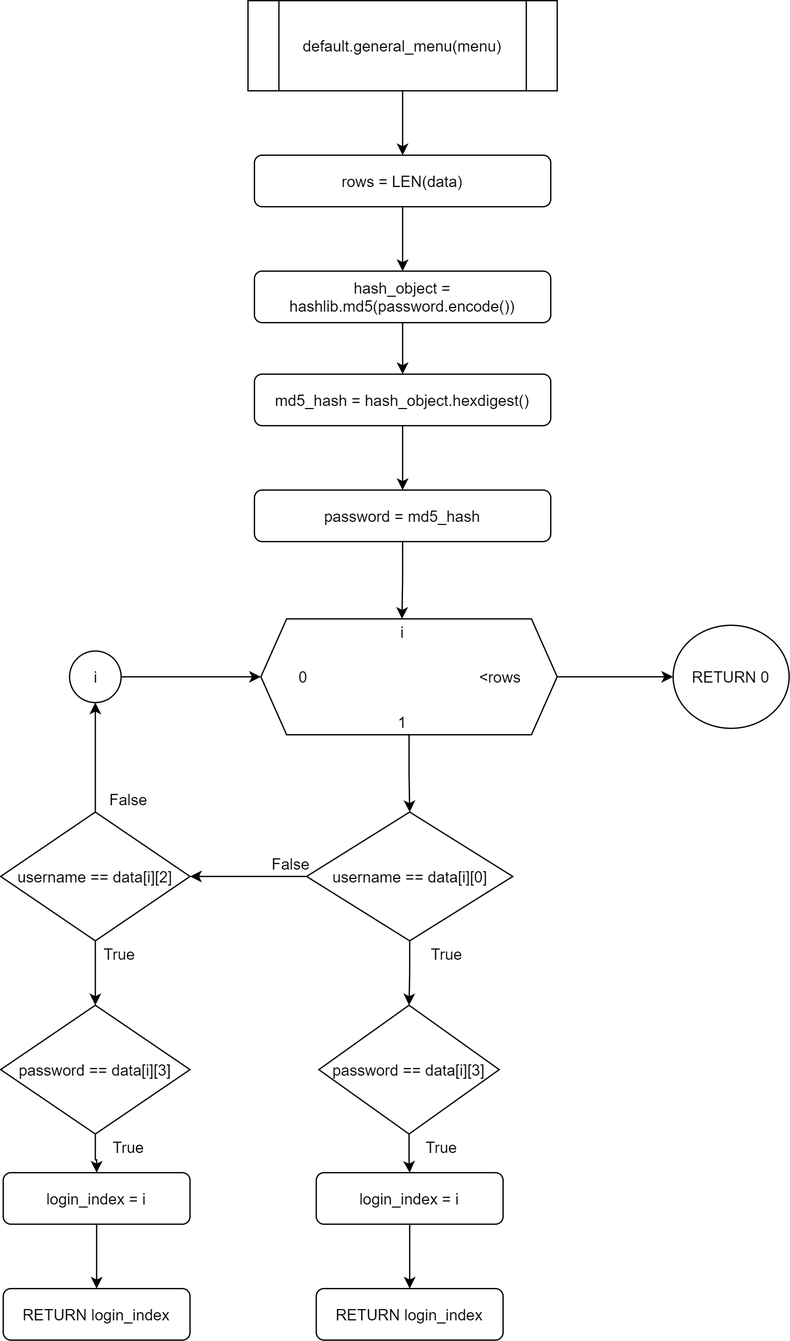
RabbitBear00/Car-Rental-System keeps this draw.io diagram as Flowchart/default/check_password.png. Above is the earlier version. Source tidied: cells renumbered, new cells last; positions are measured from the earlier drawing's top-left corner, leaving out a move shared by most shapes. Its diagram source:
```xml
<mxGraphModel>
  <root>
    <mxCell id="0" />
    <mxCell id="1" parent="0" />
    <mxCell id="2" style="edgeStyle=orthogonalEdgeStyle;rounded=0;jettySize=auto;html=1;" parent="1" edge="1" source="3" target="5">
      <mxGeometry relative="1" as="geometry" />
    </mxCell>
    <mxCell id="3" value="default.general_menu(menu)" style="shape=process;whiteSpace=wrap;html=1;backgroundOutline=1;" parent="1" vertex="1">
      <mxGeometry x="192" width="240" height="70" as="geometry" />
    </mxCell>
    <mxCell id="4" style="edgeStyle=orthogonalEdgeStyle;rounded=0;jettySize=auto;html=1;" parent="1" edge="1" source="5" target="7">
      <mxGeometry relative="1" as="geometry" />
    </mxCell>
    <mxCell id="5" value="rows = LEN(data)" style="rounded=1;whiteSpace=wrap;html=1;" parent="1" vertex="1">
      <mxGeometry x="197" y="120" width="230" height="40" as="geometry" />
    </mxCell>
    <mxCell id="6" style="edgeStyle=orthogonalEdgeStyle;rounded=0;jettySize=auto;html=1;" parent="1" edge="1" source="7" target="9">
      <mxGeometry relative="1" as="geometry" />
    </mxCell>
    <mxCell id="7" value="hash_object = hashlib.md5(password.encode())" style="rounded=1;whiteSpace=wrap;html=1;" parent="1" vertex="1">
      <mxGeometry x="197" y="210" width="230" height="40" as="geometry" />
    </mxCell>
    <mxCell id="8" style="edgeStyle=orthogonalEdgeStyle;rounded=0;jettySize=auto;html=1;" parent="1" edge="1" source="9" target="11">
      <mxGeometry relative="1" as="geometry" />
    </mxCell>
    <mxCell id="9" value="md5_hash = hash_object.hexdigest()" style="rounded=1;whiteSpace=wrap;html=1;" parent="1" vertex="1">
      <mxGeometry x="197" y="290" width="230" height="40" as="geometry" />
    </mxCell>
    <mxCell id="10" style="edgeStyle=orthogonalEdgeStyle;rounded=0;jettySize=auto;html=1;entryX=0.5;entryY=0;entryDx=0;entryDy=0;" parent="1" edge="1" source="11" target="14">
      <mxGeometry relative="1" as="geometry" />
    </mxCell>
    <mxCell id="11" value="password = md5_hash" style="rounded=1;whiteSpace=wrap;html=1;" parent="1" vertex="1">
      <mxGeometry x="197" y="380" width="230" height="40" as="geometry" />
    </mxCell>
    <mxCell id="12" style="group;" parent="1" vertex="1">
      <mxGeometry x="202" y="480" width="230" height="90" as="geometry" />
    </mxCell>
    <mxCell id="13" style="shape=hexagon;perimeter=hexagonPerimeter2;whiteSpace=wrap;html=1;fixedSize=1;" parent="12" vertex="1">
      <mxGeometry width="230" height="90" as="geometry" />
    </mxCell>
    <mxCell id="14" value="i" style="text;html=1;strokeColor=none;fillColor=none;align=center;verticalAlign=middle;whiteSpace=wrap;rounded=0;" parent="12" vertex="1">
      <mxGeometry x="87.6" width="43.8" height="20" as="geometry" />
    </mxCell>
    <mxCell id="15" value="0" style="text;html=1;strokeColor=none;fillColor=none;align=center;verticalAlign=middle;whiteSpace=wrap;rounded=0;" parent="12" vertex="1">
      <mxGeometry x="11" y="35" width="43.8" height="20" as="geometry" />
    </mxCell>
    <mxCell id="16" value="1" style="text;html=1;strokeColor=none;fillColor=none;align=center;verticalAlign=middle;whiteSpace=wrap;rounded=0;" parent="12" vertex="1">
      <mxGeometry x="87.6" y="70" width="43.8" height="20" as="geometry" />
    </mxCell>
    <mxCell id="17" value="&amp;lt;rows" style="text;html=1;strokeColor=none;fillColor=none;align=center;verticalAlign=middle;whiteSpace=wrap;rounded=0;" parent="12" vertex="1">
      <mxGeometry x="164.3" y="35" width="43.8" height="20" as="geometry" />
    </mxCell>
    <mxCell id="18" style="edgeStyle=orthogonalEdgeStyle;rounded=0;jettySize=auto;html=1;" parent="1" edge="1" source="20" target="23">
      <mxGeometry relative="1" as="geometry" />
    </mxCell>
    <mxCell id="19" style="edgeStyle=orthogonalEdgeStyle;rounded=0;jettySize=auto;html=1;" parent="1" edge="1" source="20" target="31">
      <mxGeometry relative="1" as="geometry" />
    </mxCell>
    <mxCell id="20" value="username == data[i][0]" style="rhombus;whiteSpace=wrap;html=1;" parent="1" vertex="1">
      <mxGeometry x="237.5" y="630" width="160" height="100" as="geometry" />
    </mxCell>
    <mxCell id="21" style="edgeStyle=orthogonalEdgeStyle;rounded=0;jettySize=auto;html=1;" parent="1" edge="1" source="13" target="20">
      <mxGeometry relative="1" as="geometry" />
    </mxCell>
    <mxCell id="22" style="edgeStyle=orthogonalEdgeStyle;rounded=0;jettySize=auto;html=1;" parent="1" edge="1" source="23" target="26">
      <mxGeometry relative="1" as="geometry" />
    </mxCell>
    <mxCell id="23" value="password == data[i][3]" style="rhombus;whiteSpace=wrap;html=1;" parent="1" vertex="1">
      <mxGeometry x="247" y="780" width="140" height="100" as="geometry" />
    </mxCell>
    <mxCell id="24" value="True" style="text;html=1;align=center;verticalAlign=middle;strokeColor=none;" parent="1" vertex="1">
      <mxGeometry x="326" y="730" width="40" height="20" as="geometry" />
    </mxCell>
    <mxCell id="25" style="edgeStyle=orthogonalEdgeStyle;rounded=0;jettySize=auto;html=1;" parent="1" edge="1" source="26" target="27">
      <mxGeometry relative="1" as="geometry" />
    </mxCell>
    <mxCell id="26" value="login_index = i" style="rounded=1;whiteSpace=wrap;html=1;" parent="1" vertex="1">
      <mxGeometry x="245" y="910" width="145" height="40" as="geometry" />
    </mxCell>
    <mxCell id="27" value="RETURN login_index" style="rounded=1;whiteSpace=wrap;html=1;" parent="1" vertex="1">
      <mxGeometry x="245" y="1000" width="145" height="40" as="geometry" />
    </mxCell>
    <mxCell id="28" value="True" style="text;html=1;align=center;verticalAlign=middle;strokeColor=none;" parent="1" vertex="1">
      <mxGeometry x="322" y="880" width="40" height="20" as="geometry" />
    </mxCell>
    <mxCell id="29" style="edgeStyle=orthogonalEdgeStyle;rounded=0;jettySize=auto;html=1;" parent="1" edge="1" source="31" target="33">
      <mxGeometry relative="1" as="geometry" />
    </mxCell>
    <mxCell id="30" style="edgeStyle=orthogonalEdgeStyle;rounded=0;jettySize=auto;html=1;entryX=0.5;entryY=1;entryDx=0;entryDy=0;" parent="1" edge="1" source="31" target="41">
      <mxGeometry relative="1" as="geometry" />
    </mxCell>
    <mxCell id="31" value="username == data[i][2]" style="rhombus;whiteSpace=wrap;html=1;" parent="1" vertex="1">
      <mxGeometry y="630" width="147" height="100" as="geometry" />
    </mxCell>
    <mxCell id="32" style="edgeStyle=orthogonalEdgeStyle;rounded=0;jettySize=auto;html=1;" parent="1" edge="1" source="33" target="36">
      <mxGeometry relative="1" as="geometry" />
    </mxCell>
    <mxCell id="33" value="password == data[i][3]" style="rhombus;whiteSpace=wrap;html=1;" parent="1" vertex="1">
      <mxGeometry y="780" width="147" height="100" as="geometry" />
    </mxCell>
    <mxCell id="34" value="True" style="text;html=1;align=center;verticalAlign=middle;strokeColor=none;" parent="1" vertex="1">
      <mxGeometry x="72" y="730" width="40" height="20" as="geometry" />
    </mxCell>
    <mxCell id="35" style="edgeStyle=orthogonalEdgeStyle;rounded=0;jettySize=auto;html=1;" parent="1" edge="1" source="36" target="37">
      <mxGeometry relative="1" as="geometry" />
    </mxCell>
    <mxCell id="36" value="login_index = i" style="rounded=1;whiteSpace=wrap;html=1;" parent="1" vertex="1">
      <mxGeometry x="2" y="910" width="145" height="40" as="geometry" />
    </mxCell>
    <mxCell id="37" value="RETURN login_index" style="rounded=1;whiteSpace=wrap;html=1;" parent="1" vertex="1">
      <mxGeometry x="2" y="1000" width="145" height="40" as="geometry" />
    </mxCell>
    <mxCell id="38" value="True" style="text;html=1;align=center;verticalAlign=middle;strokeColor=none;" parent="1" vertex="1">
      <mxGeometry x="79" y="880" width="40" height="20" as="geometry" />
    </mxCell>
    <mxCell id="39" value="False" style="text;html=1;align=center;verticalAlign=middle;strokeColor=none;" parent="1" vertex="1">
      <mxGeometry x="205" y="660" width="40" height="20" as="geometry" />
    </mxCell>
    <mxCell id="40" style="edgeStyle=orthogonalEdgeStyle;rounded=0;jettySize=auto;html=1;entryX=0;entryY=0.5;entryDx=0;entryDy=0;" parent="1" edge="1" source="41" target="13">
      <mxGeometry relative="1" as="geometry" />
    </mxCell>
    <mxCell id="41" value="i" style="ellipse;whiteSpace=wrap;html=1;" parent="1" vertex="1">
      <mxGeometry x="53.5" y="505" width="40" height="40" as="geometry" />
    </mxCell>
    <mxCell id="42" value="False" style="text;html=1;align=center;verticalAlign=middle;strokeColor=none;rotation=0;" parent="1" vertex="1">
      <mxGeometry x="79" y="610" width="40" height="20" as="geometry" />
    </mxCell>
    <mxCell id="43" value="RETURN 0" style="ellipse;whiteSpace=wrap;html=1;" parent="1" vertex="1">
      <mxGeometry x="522" y="485" width="90" height="80" as="geometry" />
    </mxCell>
    <mxCell id="44" style="edgeStyle=orthogonalEdgeStyle;rounded=0;jettySize=auto;html=1;" parent="1" edge="1" source="13" target="43">
      <mxGeometry relative="1" as="geometry" />
    </mxCell>
  </root>
</mxGraphModel>
```
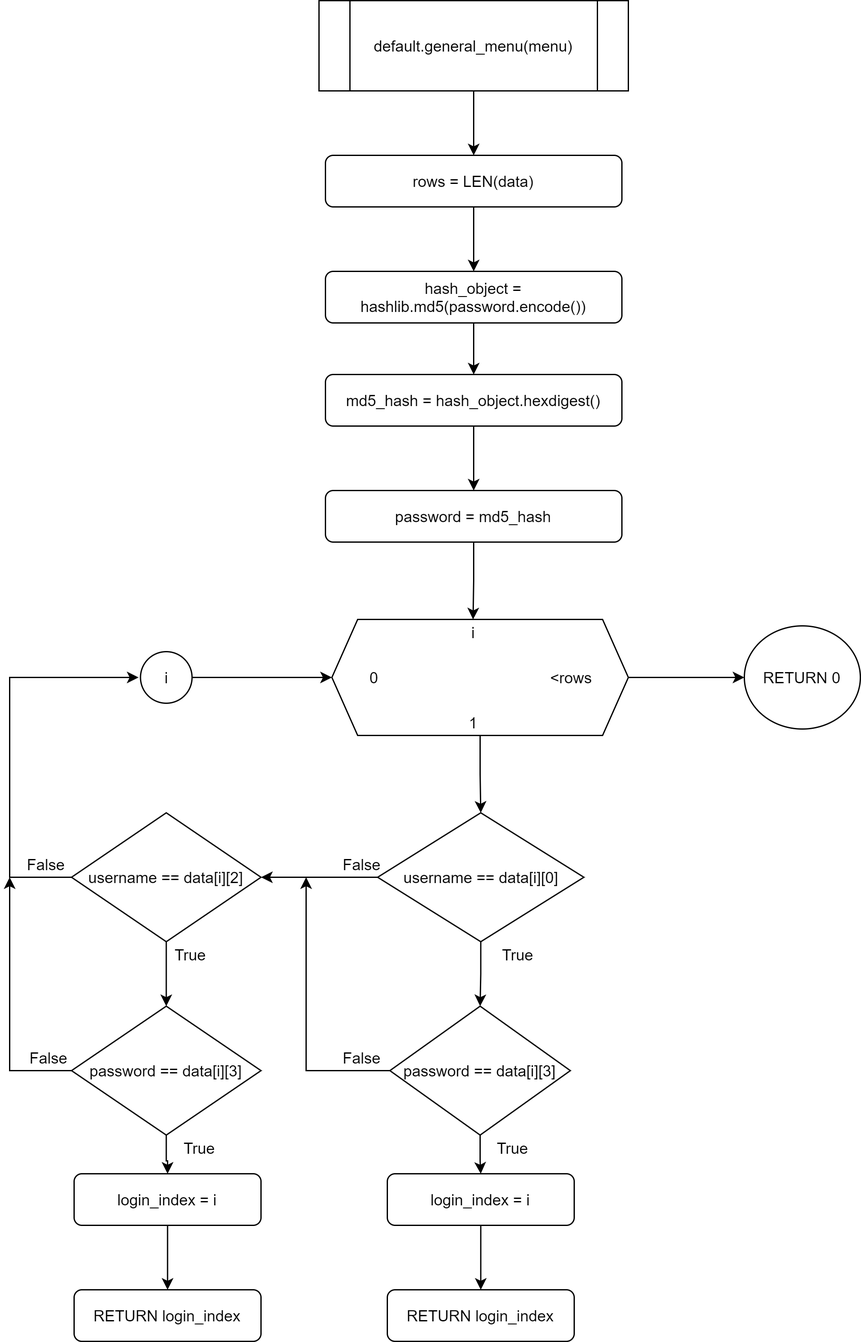
The same diagram one commit later.

Diff of the diagram source:
```diff
@@ -65,6 +65,11 @@
     <mxCell id="22" style="edgeStyle=orthogonalEdgeStyle;rounded=0;jettySize=auto;html=1;" parent="1" edge="1" source="23" target="26">
       <mxGeometry relative="1" as="geometry" />
     </mxCell>
+    <mxCell id="45" style="edgeStyle=orthogonalEdgeStyle;rounded=0;jettySize=auto;html=1;" parent="1" edge="1" source="23">
+      <mxGeometry relative="1" as="geometry">
+        <mxPoint x="182" y="680" as="targetPoint" />
+      </mxGeometry>
+    </mxCell>
     <mxCell id="23" value="password == data[i][3]" style="rhombus;whiteSpace=wrap;html=1;" parent="1" vertex="1">
       <mxGeometry x="247" y="780" width="140" height="100" as="geometry" />
     </mxCell>
@@ -86,8 +91,14 @@
     <mxCell id="29" style="edgeStyle=orthogonalEdgeStyle;rounded=0;jettySize=auto;html=1;" parent="1" edge="1" source="31" target="33">
       <mxGeometry relative="1" as="geometry" />
     </mxCell>
-    <mxCell id="30" style="edgeStyle=orthogonalEdgeStyle;rounded=0;jettySize=auto;html=1;entryX=0.5;entryY=1;entryDx=0;entryDy=0;" parent="1" edge="1" source="31" target="41">
-      <mxGeometry relative="1" as="geometry" />
+    <mxCell id="30" style="edgeStyle=orthogonalEdgeStyle;rounded=0;jettySize=auto;html=1;" parent="1" edge="1" source="31">
+      <mxGeometry relative="1" as="geometry">
+        <mxPoint x="52" y="525" as="targetPoint" />
+        <Array as="points">
+          <mxPoint x="-48" y="680" />
+          <mxPoint x="-48" y="525" />
+        </Array>
+      </mxGeometry>
     </mxCell>
     <mxCell id="31" value="username == data[i][2]" style="rhombus;whiteSpace=wrap;html=1;" parent="1" vertex="1">
       <mxGeometry y="630" width="147" height="100" as="geometry" />
@@ -95,6 +106,11 @@
     <mxCell id="32" style="edgeStyle=orthogonalEdgeStyle;rounded=0;jettySize=auto;html=1;" parent="1" edge="1" source="33" target="36">
       <mxGeometry relative="1" as="geometry" />
     </mxCell>
+    <mxCell id="46" style="edgeStyle=orthogonalEdgeStyle;rounded=0;jettySize=auto;html=1;" parent="1" edge="1" source="33">
+      <mxGeometry relative="1" as="geometry">
+        <mxPoint x="-48" y="680" as="targetPoint" />
+      </mxGeometry>
+    </mxCell>
     <mxCell id="33" value="password == data[i][3]" style="rhombus;whiteSpace=wrap;html=1;" parent="1" vertex="1">
       <mxGeometry y="780" width="147" height="100" as="geometry" />
     </mxCell>
@@ -123,7 +139,7 @@
       <mxGeometry x="53.5" y="505" width="40" height="40" as="geometry" />
     </mxCell>
     <mxCell id="42" value="False" style="text;html=1;align=center;verticalAlign=middle;strokeColor=none;rotation=0;" parent="1" vertex="1">
-      <mxGeometry x="79" y="610" width="40" height="20" as="geometry" />
+      <mxGeometry x="-40" y="660" width="40" height="20" as="geometry" />
     </mxCell>
     <mxCell id="43" value="RETURN 0" style="ellipse;whiteSpace=wrap;html=1;" parent="1" vertex="1">
       <mxGeometry x="522" y="485" width="90" height="80" as="geometry" />
@@ -131,5 +147,11 @@
     <mxCell id="44" style="edgeStyle=orthogonalEdgeStyle;rounded=0;jettySize=auto;html=1;" parent="1" edge="1" source="13" target="43">
       <mxGeometry relative="1" as="geometry" />
     </mxCell>
+    <mxCell id="47" value="False" style="text;html=1;align=center;verticalAlign=middle;strokeColor=none;" parent="1" vertex="1">
+      <mxGeometry x="205" y="810" width="40" height="20" as="geometry" />
+    </mxCell>
+    <mxCell id="48" value="False" style="text;html=1;align=center;verticalAlign=middle;strokeColor=none;rotation=0;" parent="1" vertex="1">
+      <mxGeometry x="-38" y="810" width="40" height="20" as="geometry" />
+    </mxCell>
   </root>
 </mxGraphModel>
```
